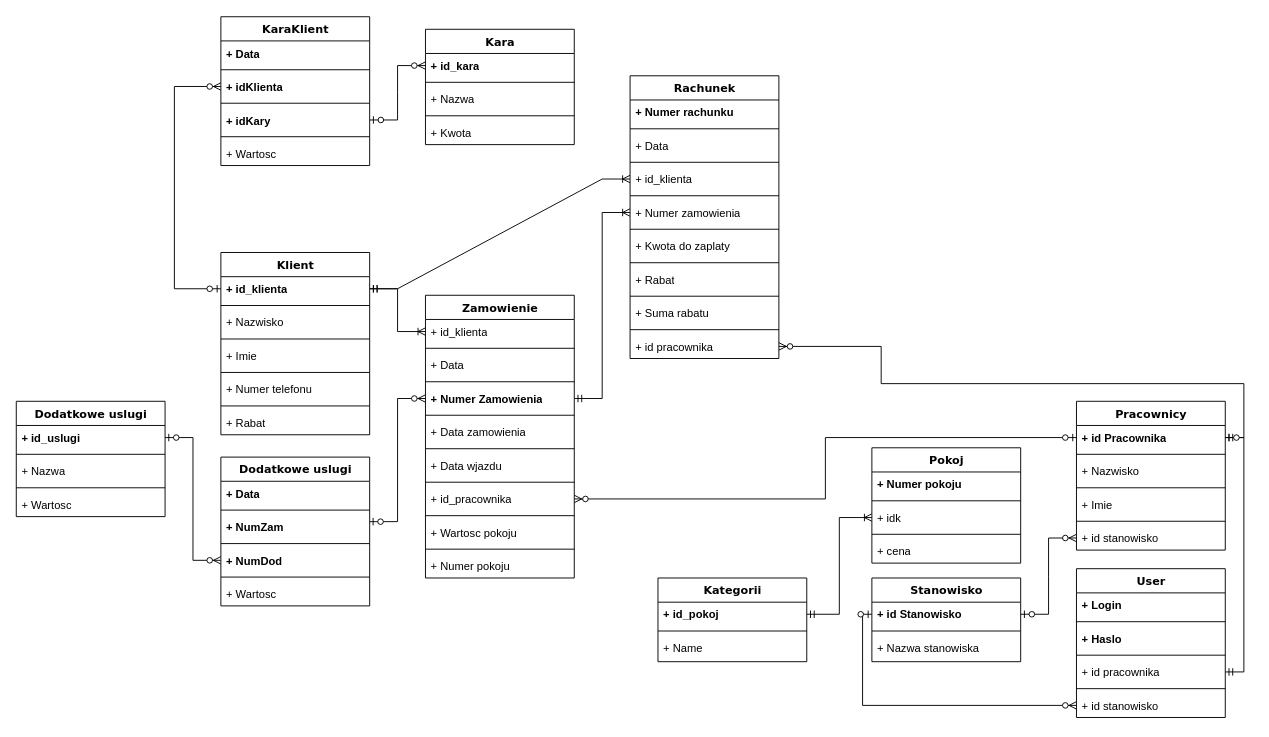
This is Hotel California.drawio from DemskyiDm/Horyzont, a draw.io file, before an edit. Source tidied: cells renumbered, new cells numbered last; positions are measured from the earlier drawing's top-left corner, leaving out a move shared by most shapes. Both pictures are drawn from the tidied source at 93%, with x=0, y=0 at pixel (16, 16).
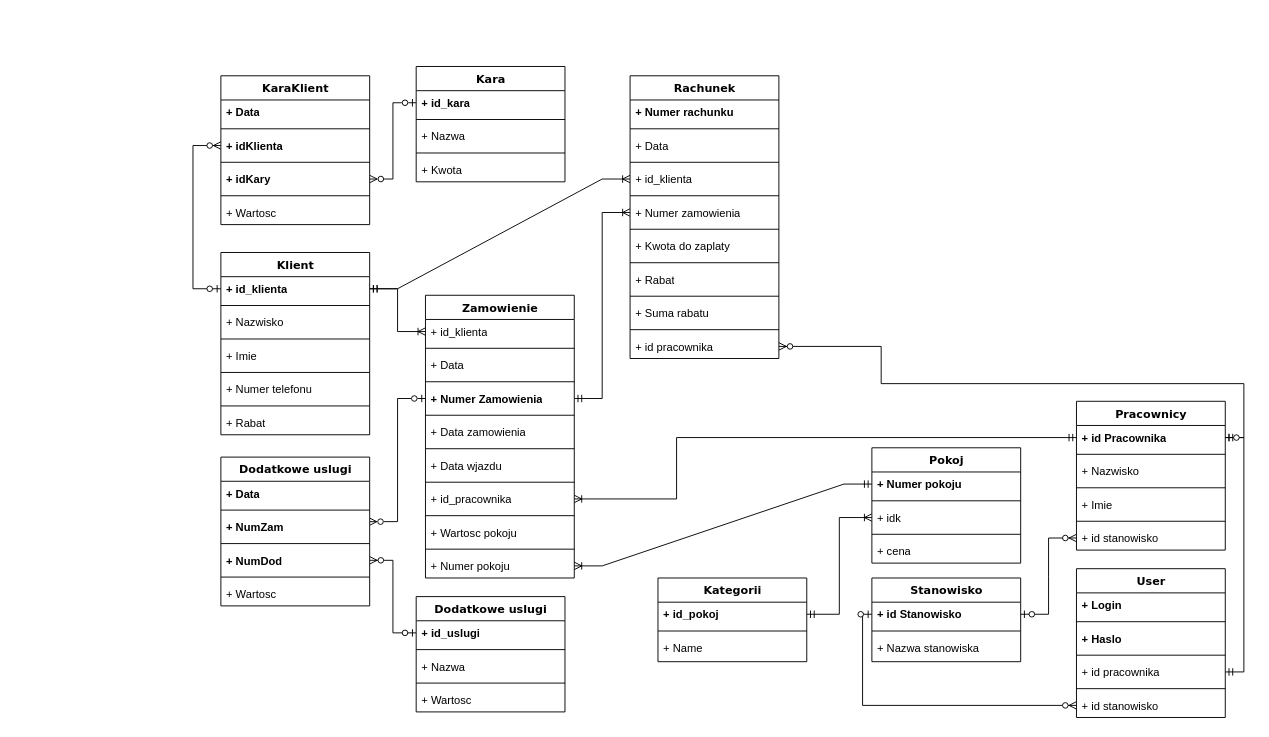
Above is the later version.

Unchanged cells that the change refers to:
```xml
<mxCell id="3" value="&lt;b&gt;+ id_kara&lt;/b&gt;" style="text;html=1;strokeColor=none;fillColor=none;align=left;verticalAlign=top;spacingLeft=4;spacingRight=4;whiteSpace=wrap;overflow=hidden;points=[[0,0.5],[1,0.5]];portConstraint=eastwest;" parent="2" vertex="1">
  <mxGeometry y="26" width="160" height="26" as="geometry" />
</mxCell>
<mxCell id="16" value="&lt;b&gt;+ idKlienta&lt;/b&gt;" style="text;html=1;strokeColor=none;fillColor=none;align=left;verticalAlign=top;spacingLeft=4;spacingRight=4;whiteSpace=wrap;overflow=hidden;points=[[0,0.5],[1,0.5]];portConstraint=eastwest;" parent="13" vertex="1">
  <mxGeometry y="62" width="160" height="26" as="geometry" />
</mxCell>
<mxCell id="18" value="&lt;b&gt;+ idKary&lt;/b&gt;" style="text;html=1;strokeColor=none;fillColor=none;align=left;verticalAlign=top;spacingLeft=4;spacingRight=4;whiteSpace=wrap;overflow=hidden;points=[[0,0.5],[1,0.5]];portConstraint=eastwest;" parent="13" vertex="1">
  <mxGeometry y="98" width="160" height="26" as="geometry" />
</mxCell>
<mxCell id="22" value="&lt;b&gt;+ id_klienta&lt;/b&gt;" style="text;html=1;strokeColor=none;fillColor=none;align=left;verticalAlign=top;spacingLeft=4;spacingRight=4;whiteSpace=wrap;overflow=hidden;points=[[0,0.5],[1,0.5]];portConstraint=eastwest;" parent="21" vertex="1">
  <mxGeometry y="26" width="160" height="26" as="geometry" />
</mxCell>
<mxCell id="33" value="&lt;b&gt;+ id_uslugi&lt;/b&gt;" style="text;html=1;strokeColor=none;fillColor=none;align=left;verticalAlign=top;spacingLeft=4;spacingRight=4;whiteSpace=wrap;overflow=hidden;points=[[0,0.5],[1,0.5]];portConstraint=eastwest;" parent="32" vertex="1">
  <mxGeometry y="26" width="160" height="26" as="geometry" />
</mxCell>
<mxCell id="41" value="&lt;b&gt;+ NumZam&lt;/b&gt;" style="text;html=1;strokeColor=none;fillColor=none;align=left;verticalAlign=top;spacingLeft=4;spacingRight=4;whiteSpace=wrap;overflow=hidden;points=[[0,0.5],[1,0.5]];portConstraint=eastwest;" parent="38" vertex="1">
  <mxGeometry y="62" width="160" height="26" as="geometry" />
</mxCell>
<mxCell id="43" value="&lt;b&gt;+ NumDod&lt;/b&gt;" style="text;html=1;strokeColor=none;fillColor=none;align=left;verticalAlign=top;spacingLeft=4;spacingRight=4;whiteSpace=wrap;overflow=hidden;points=[[0,0.5],[1,0.5]];portConstraint=eastwest;" parent="38" vertex="1">
  <mxGeometry y="98" width="160" height="26" as="geometry" />
</mxCell>
<mxCell id="51" value="&lt;b&gt;+ Numer Zamowienia&lt;/b&gt;" style="text;html=1;strokeColor=none;fillColor=none;align=left;verticalAlign=top;spacingLeft=4;spacingRight=4;whiteSpace=wrap;overflow=hidden;points=[[0,0.5],[1,0.5]];portConstraint=eastwest;" parent="46" vertex="1">
  <mxGeometry y="98" width="160" height="26" as="geometry" />
</mxCell>
<mxCell id="57" value="+ id_pracownika" style="text;html=1;strokeColor=none;fillColor=none;align=left;verticalAlign=top;spacingLeft=4;spacingRight=4;whiteSpace=wrap;overflow=hidden;points=[[0,0.5],[1,0.5]];portConstraint=eastwest;" parent="46" vertex="1">
  <mxGeometry y="206" width="160" height="26" as="geometry" />
</mxCell>
<mxCell id="61" value="+ Numer pokoju" style="text;html=1;strokeColor=none;fillColor=none;align=left;verticalAlign=top;spacingLeft=4;spacingRight=4;whiteSpace=wrap;overflow=hidden;points=[[0,0.5],[1,0.5]];portConstraint=eastwest;" parent="46" vertex="1">
  <mxGeometry y="278" width="160" height="26" as="geometry" />
</mxCell>
<mxCell id="76" value="&lt;b&gt;+ id Pracownika&lt;/b&gt;" style="text;html=1;strokeColor=none;fillColor=none;align=left;verticalAlign=top;spacingLeft=4;spacingRight=4;whiteSpace=wrap;overflow=hidden;points=[[0,0.5],[1,0.5]];portConstraint=eastwest;" parent="75" vertex="1">
  <mxGeometry y="26" width="160" height="26" as="geometry" />
</mxCell>
<mxCell id="90" value="&lt;b&gt;+ Numer pokoju&lt;/b&gt;" style="text;html=1;strokeColor=none;fillColor=none;align=left;verticalAlign=top;spacingLeft=4;spacingRight=4;whiteSpace=wrap;overflow=hidden;points=[[0,0.5],[1,0.5]];portConstraint=eastwest;" parent="89" vertex="1">
  <mxGeometry y="26" width="160" height="26" as="geometry" />
</mxCell>
```

What changed in the source:
```diff
@@
     <mxCell id="2" value="Kara" style="swimlane;html=1;fontStyle=1;align=center;verticalAlign=top;horizontal=1;startSize=26;swimlaneFillColor=#ffffff;rounded=0;shadow=0;comic=0;labelBackgroundColor=none;strokeWidth=1;fillColor=none;fontFamily=Verdana;fontSize=12;strokeColor=#000000;" parent="1" vertex="1">
-      <mxGeometry x="440" y="14" width="160" height="124" as="geometry" />
+      <mxGeometry x="430" y="54" width="160" height="124" as="geometry" />
     </mxCell>
@@
-    <mxCell id="11" style="edgeStyle=orthogonalEdgeStyle;fontSize=12;html=1;endArrow=ERzeroToMany;startArrow=ERzeroToOne;rounded=0;exitX=0.998;exitY=0.286;exitDx=0;exitDy=0;entryX=0;entryY=0.5;entryDx=0;entryDy=0;exitPerimeter=0;" parent="1" edge="1" source="41" target="51">
+    <mxCell id="11" style="edgeStyle=orthogonalEdgeStyle;fontSize=12;html=1;endArrow=ERzeroToOne;startArrow=ERzeroToMany;rounded=0;exitX=0.998;exitY=0.286;exitDx=0;exitDy=0;entryX=0;entryY=0.5;entryDx=0;entryDy=0;exitPerimeter=0;startFill=0;endFill=0;" parent="1" edge="1" source="41" target="51">
       <mxGeometry relative="1" as="geometry" />
     </mxCell>
-    <mxCell id="12" style="edgeStyle=entityRelationEdgeStyle;fontSize=12;html=1;endArrow=ERzeroToMany;startArrow=ERzeroToOne;rounded=0;" parent="1" edge="1" source="33" target="43">
+    <mxCell id="12" style="edgeStyle=orthogonalEdgeStyle;fontSize=12;html=1;endArrow=ERzeroToMany;startArrow=ERzeroToOne;rounded=0;" parent="1" edge="1" source="33" target="43">
       <mxGeometry relative="1" as="geometry" />
     </mxCell>
     <mxCell id="13" value="KaraKlient" style="swimlane;html=1;fontStyle=1;align=center;verticalAlign=top;horizontal=1;startSize=26;swimlaneFillColor=#ffffff;rounded=0;shadow=0;comic=0;labelBackgroundColor=none;strokeWidth=1;fillColor=none;fontFamily=Verdana;fontSize=12;strokeColor=#000000;" parent="1" vertex="1">
-      <mxGeometry x="220" y="0.5" width="160" height="160" as="geometry" />
+      <mxGeometry x="220" y="64" width="160" height="160" as="geometry" />
     </mxCell>
@@
-    <mxCell id="31" style="edgeStyle=entityRelationEdgeStyle;fontSize=12;html=1;endArrow=ERzeroToMany;startArrow=ERzeroToOne;rounded=0;" parent="1" edge="1" source="18" target="3">
-      <mxGeometry relative="1" as="geometry" />
-    </mxCell>
     <mxCell id="32" value="Dodatkowe uslugi" style="swimlane;html=1;fontStyle=1;align=center;verticalAlign=top;horizontal=1;startSize=26;swimlaneFillColor=#ffffff;rounded=0;shadow=0;comic=0;labelBackgroundColor=none;strokeWidth=1;fillColor=none;fontFamily=Verdana;fontSize=12;strokeColor=#000000;" parent="1" vertex="1">
-      <mxGeometry y="414" width="160" height="124" as="geometry" />
+      <mxGeometry x="430" y="624" width="160" height="124" as="geometry" />
     </mxCell>
@@
     <mxCell id="62" style="fontSize=12;html=1;endArrow=ERzeroToMany;startArrow=ERzeroToOne;exitX=0;exitY=0.5;exitDx=0;exitDy=0;entryX=0;entryY=0.5;entryDx=0;entryDy=0;rounded=0;edgeStyle=orthogonalEdgeStyle;" parent="1" edge="1" source="22" target="16">
       <mxGeometry relative="1" as="geometry">
         <Array as="points">
-          <mxPoint x="170" y="293" />
-          <mxPoint x="170" y="76" />
+          <mxPoint x="190" y="293" />
+          <mxPoint x="190" y="139" />
         </Array>
       </mxGeometry>
     </mxCell>
@@
-    <mxCell id="111" style="edgeStyle=orthogonalEdgeStyle;fontSize=12;html=1;endArrow=ERzeroToMany;startArrow=ERzeroToOne;rounded=0;exitX=0;exitY=0.5;exitDx=0;exitDy=0;entryX=1;entryY=0.5;entryDx=0;entryDy=0;" parent="1" edge="1" source="76" target="57">
-      <mxGeometry relative="1" as="geometry" />
+    <mxCell id="111" style="edgeStyle=orthogonalEdgeStyle;fontSize=12;html=1;endArrow=ERoneToMany;startArrow=ERmandOne;rounded=0;exitX=0;exitY=0.5;exitDx=0;exitDy=0;entryX=1;entryY=0.5;entryDx=0;entryDy=0;startFill=0;endFill=0;" parent="1" edge="1" source="76" target="57">
+      <mxGeometry relative="1" as="geometry">
+        <Array as="points">
+          <mxPoint x="710" y="453" />
+          <mxPoint x="710" y="519" />
+        </Array>
+      </mxGeometry>
     </mxCell>
@@
+    <mxCell id="115" style="edgeStyle=entityRelationEdgeStyle;fontSize=12;html=1;endArrow=ERoneToMany;startArrow=ERmandOne;rounded=0;exitX=0;exitY=0.5;exitDx=0;exitDy=0;entryX=1;entryY=0.5;entryDx=0;entryDy=0;" parent="1" edge="1" source="90" target="61">
+      <mxGeometry relative="1" as="geometry" />
+    </mxCell>
+    <mxCell id="116" style="edgeStyle=orthogonalEdgeStyle;fontSize=12;html=1;endArrow=ERzeroToMany;startArrow=ERzeroToOne;rounded=0;exitX=0;exitY=0.5;exitDx=0;exitDy=0;entryX=1;entryY=0.5;entryDx=0;entryDy=0;startFill=0;endFill=0;" parent="1" edge="1" source="3" target="18">
+      <mxGeometry relative="1" as="geometry" />
+    </mxCell>
```
